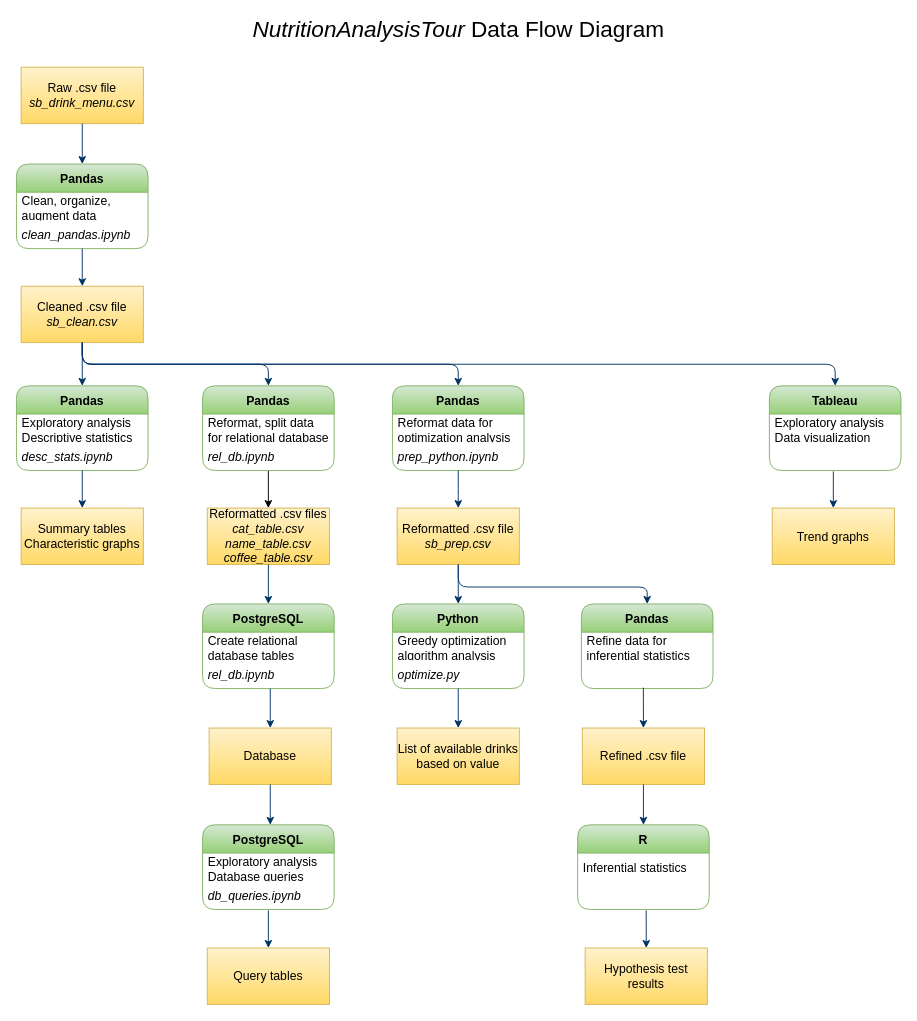
Before: NutritionAnalysisTour/data_flow.drawio in Ugi77/projects, a draw.io diagram. Source tidied: cells renumbered, new cells numbered last; positions are measured from the earlier drawing's top-left corner, leaving out a move shared by most shapes. Both pictures are drawn from the tidied source at 94%, with x=0, y=0 at pixel (16, 20).
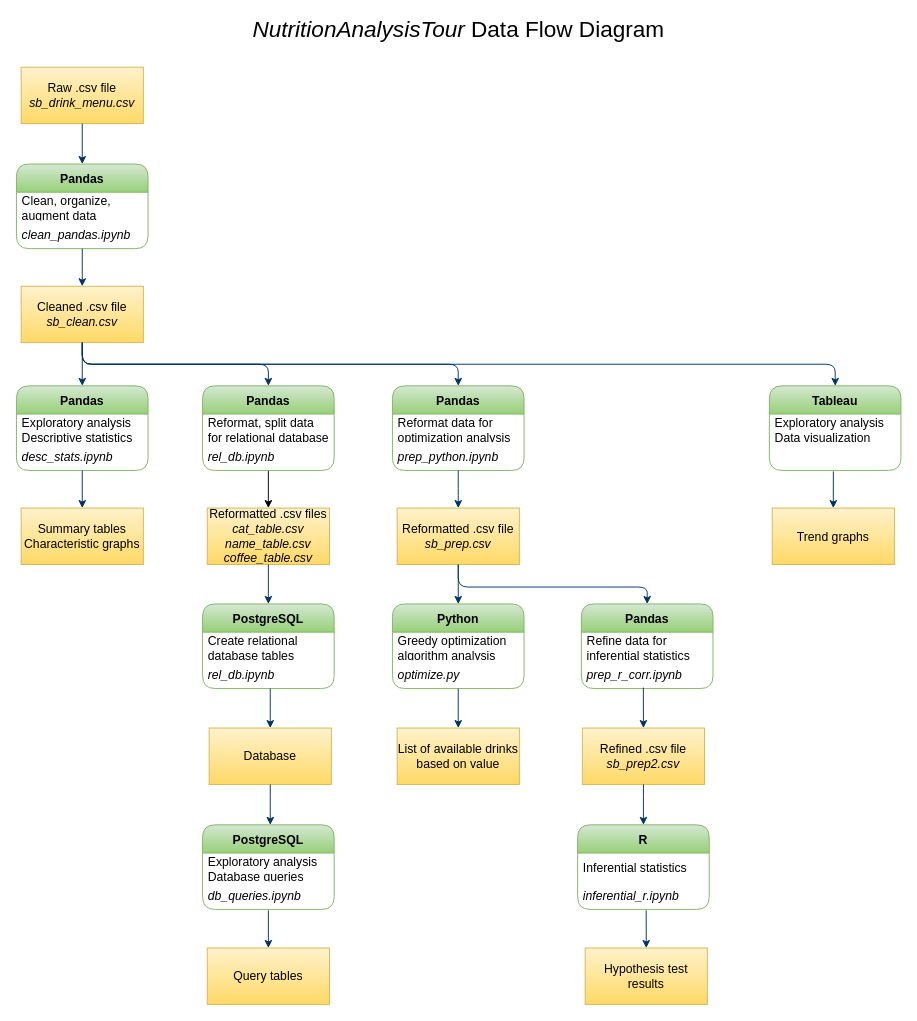
After the change.

Unchanged cells that the change refers to:
```xml
<mxCell id="56" value="Pandas" style="swimlane;fontStyle=1;horizontal=1;startSize=30;rounded=1;swimlaneLine=1;glass=0;sketch=0;fillColor=#d5e8d4;gradientColor=#97d077;strokeColor=#82b366;fontSize=13;" parent="1" vertex="1">
  <mxGeometry x="601" y="621" width="140" height="90" as="geometry" />
</mxCell>
<mxCell id="59" value="R" style="swimlane;fontStyle=1;horizontal=1;startSize=30;rounded=1;swimlaneLine=1;glass=0;sketch=0;fillColor=#d5e8d4;gradientColor=#97d077;strokeColor=#82b366;fontSize=13;" parent="1" vertex="1">
  <mxGeometry x="597" y="856" width="140" height="90" as="geometry" />
</mxCell>
```

Change to the diagram source:
```diff
@@
-    <mxCell id="41" value="Refined .csv file" style="rounded=0;whiteSpace=wrap;html=1;fontFamily=Helvetica;fontSize=13;align=center;strokeColor=#d6b656;fillColor=#fff2cc;gradientColor=#ffd966;" parent="1" vertex="1">
+    <mxCell id="41" value="Refined .csv file&lt;br&gt;&lt;i&gt;sb_prep2.csv&lt;/i&gt;" style="rounded=0;whiteSpace=wrap;html=1;fontFamily=Helvetica;fontSize=13;align=center;strokeColor=#d6b656;fillColor=#fff2cc;gradientColor=#ffd966;" parent="1" vertex="1">
       <mxGeometry x="602" y="753" width="130" height="60" as="geometry" />
     </mxCell>
@@
-    <mxCell id="58" value=" " style="text;strokeColor=none;fillColor=none;align=left;verticalAlign=middle;spacingLeft=4;spacingRight=4;overflow=hidden;points=[[0,0.5],[1,0.5]];portConstraint=eastwest;fontStyle=2;fontSize=13;" parent="56" vertex="1">
+    <mxCell id="58" value="prep_r_corr.ipynb" style="text;strokeColor=none;fillColor=none;align=left;verticalAlign=middle;spacingLeft=4;spacingRight=4;overflow=hidden;points=[[0,0.5],[1,0.5]];portConstraint=eastwest;fontStyle=2;fontSize=13;" parent="56" vertex="1">
       <mxGeometry y="60" width="140" height="30" as="geometry" />
     </mxCell>
@@
-    <mxCell id="61" value=" " style="text;strokeColor=none;fillColor=none;align=left;verticalAlign=middle;spacingLeft=4;spacingRight=4;overflow=hidden;points=[[0,0.5],[1,0.5]];portConstraint=eastwest;fontStyle=2;fontSize=13;" parent="59" vertex="1">
+    <mxCell id="61" value="inferential_r.ipynb" style="text;strokeColor=none;fillColor=none;align=left;verticalAlign=middle;spacingLeft=4;spacingRight=4;overflow=hidden;points=[[0,0.5],[1,0.5]];portConstraint=eastwest;fontStyle=2;fontSize=13;" parent="59" vertex="1">
       <mxGeometry y="60" width="140" height="30" as="geometry" />
     </mxCell>
```
